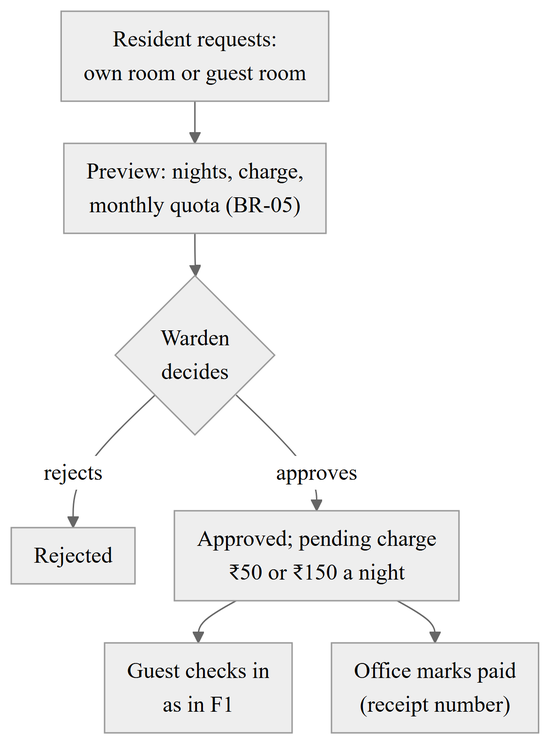
keeratpunia/HAVEN keeps this Mermaid diagram as docs/report/diagrams/f6-overnight.png. Above is the earlier version. Its source is kept beside it as docs/report/diagrams/f6-overnight.mmd. The source it was exported from:
```mermaid
flowchart TD
  A["Resident requests:<br/>own room or guest room"] --> B["Preview: nights, charge,<br/>monthly quota (BR-05)"]
  B --> C{"Warden<br/>decides"}
  C -- rejects --> X["Rejected"]
  C -- approves --> D["Approved; pending charge<br/>₹50 or ₹150 a night"]
  D --> E["Guest checks in<br/>as in F1"]
  D --> F["Office marks paid<br/>(receipt number)"]
```
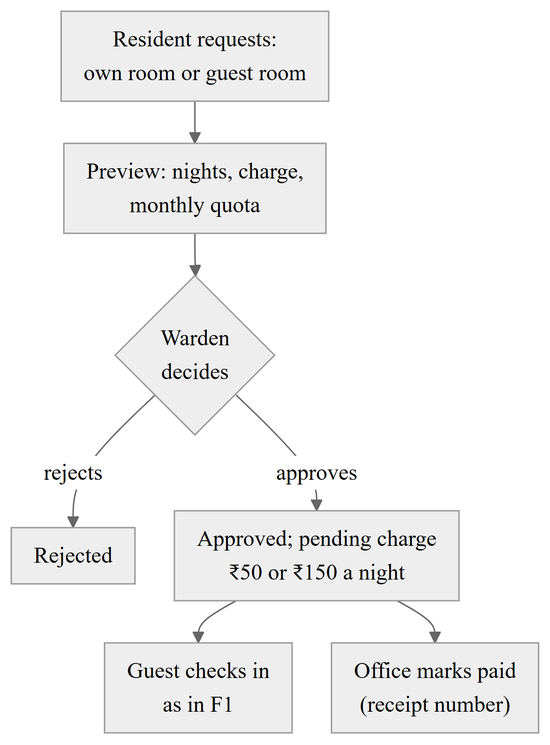
Above is the later version.

The edit, as a diff of the source:
```diff
@@ -1,5 +1,5 @@
 flowchart TD
-  A["Resident requests:<br/>own room or guest room"] --> B["Preview: nights, charge,<br/>monthly quota (BR-05)"]
+  A["Resident requests:<br/>own room or guest room"] --> B["Preview: nights, charge,<br/>monthly quota"]
   B --> C{"Warden<br/>decides"}
   C -- rejects --> X["Rejected"]
   C -- approves --> D["Approved; pending charge<br/>₹50 or ₹150 a night"]
```
